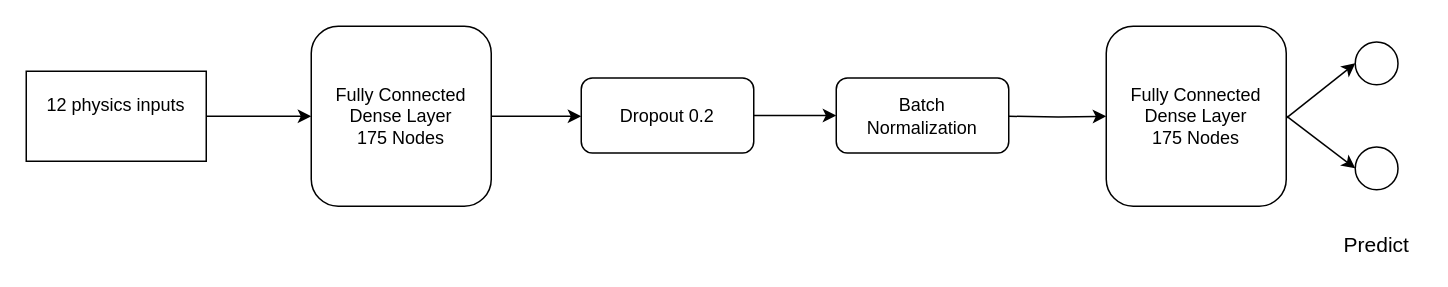
Above: paper/arxiv/ffNN/figures/flowchart_ffNN.drawio in neu-physics/dihiggsMLProject (draw.io), before the change. Source tidied: cells renumbered, new cells numbered last; positions are measured from the earlier drawing's top-left corner, leaving out a move shared by most shapes. Both pictures are drawn from the tidied source at 150%, with x=0, y=0 at pixel (26, 26).
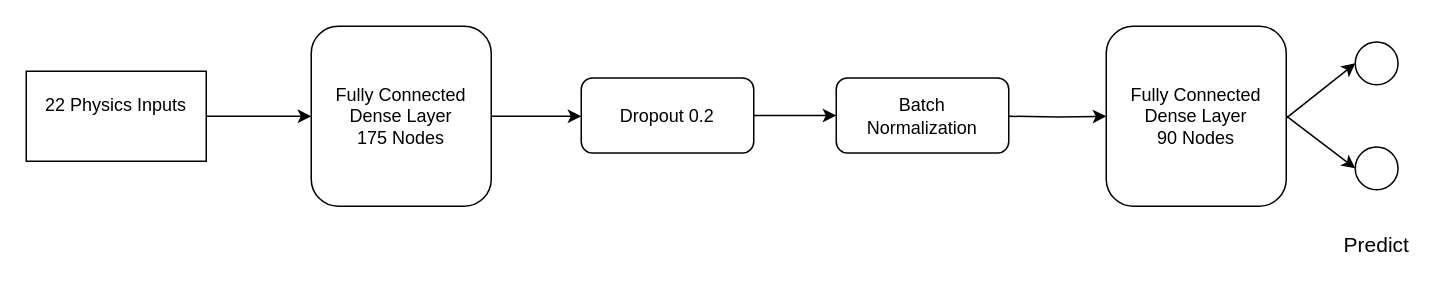
The same page after the edit.

The edit, as a diff of the source:
```diff
@@
 <mxGraphModel>
   <root>
     <mxCell id="0" />
     <mxCell id="1" parent="0" />
     <mxCell id="2" style="edgeStyle=orthogonalEdgeStyle;rounded=0;jettySize=auto;html=1;entryX=0;entryY=0.5;entryDx=0;entryDy=0;" parent="1" edge="1" source="3" target="5">
       <mxGeometry relative="1" as="geometry" />
     </mxCell>
-    <mxCell id="3" value="&lt;div&gt;12 physics inputs&lt;br&gt;&lt;/div&gt;&lt;div&gt;&lt;br&gt;&lt;/div&gt;" style="rounded=0;whiteSpace=wrap;html=1;" parent="1" vertex="1">
+    <mxCell id="3" value="&lt;div&gt;22 Physics Inputs&lt;br&gt;&lt;/div&gt;&lt;div&gt;&lt;br&gt;&lt;/div&gt;" style="rounded=0;whiteSpace=wrap;html=1;" parent="1" vertex="1">
       <mxGeometry y="30" width="120" height="60" as="geometry" />
     </mxCell>
     <mxCell id="4" style="edgeStyle=orthogonalEdgeStyle;rounded=0;jettySize=auto;html=1;fontSize=13;labelBackgroundColor=none;" parent="1" edge="1" source="5" target="7">
       <mxGeometry x="1" y="-120" relative="1" as="geometry">
         <Array as="points">
           <mxPoint x="355" y="60" />
           <mxPoint x="355" y="60" />
         </Array>
       </mxGeometry>
     </mxCell>
     <mxCell id="5" value="&lt;div&gt;Fully Connected &lt;br&gt;&lt;/div&gt;&lt;div&gt;Dense Layer&lt;br&gt;&lt;/div&gt;&lt;div&gt;175 Nodes&lt;br&gt;&lt;/div&gt;" style="rounded=1;whiteSpace=wrap;html=1;" parent="1" vertex="1">
       <mxGeometry x="190" width="120" height="120" as="geometry" />
     </mxCell>
     <mxCell id="6" style="edgeStyle=orthogonalEdgeStyle;rounded=0;jettySize=auto;html=1;labelBackgroundColor=none;fontSize=13;entryX=0;entryY=0.5;entryDx=0;entryDy=0;" parent="1" edge="1" source="7" target="14">
       <mxGeometry relative="1" as="geometry" />
     </mxCell>
     <mxCell id="7" value="Dropout 0.2" style="rounded=1;whiteSpace=wrap;html=1;" parent="1" vertex="1">
       <mxGeometry x="370" y="34.5" width="115" height="50" as="geometry" />
     </mxCell>
     <mxCell id="8" style="ellipse;whiteSpace=wrap;html=1;fontSize=13;" parent="1" vertex="1">
       <mxGeometry x="886" y="10.5" width="28.5" height="28.5" as="geometry" />
     </mxCell>
     <mxCell id="9" style="ellipse;whiteSpace=wrap;html=1;fontSize=13;" parent="1" vertex="1">
       <mxGeometry x="886" y="80.5" width="28.5" height="28.5" as="geometry" />
     </mxCell>
     <mxCell id="10" style="endArrow=classic;html=1;labelBackgroundColor=none;fontSize=13;entryX=0;entryY=0.5;entryDx=0;entryDy=0;" parent="1" edge="1" target="8">
       <mxGeometry relative="1" as="geometry">
         <mxPoint x="840" y="61.2" as="sourcePoint" />
       </mxGeometry>
     </mxCell>
     <mxCell id="11" value="Predict" style="text;html=1;align=center;verticalAlign=middle;fillColor=none;strokeColor=none;rounded=0;fontSize=14;" parent="1" vertex="1">
       <mxGeometry x="870.2" y="136.2" width="60" height="20" as="geometry" />
     </mxCell>
     <mxCell id="12" style="endArrow=classic;html=1;labelBackgroundColor=none;fontSize=13;entryX=0;entryY=0.5;entryDx=0;entryDy=0;exitX=1;exitY=0.5;exitDx=0;exitDy=0;" parent="1" edge="1" target="9">
       <mxGeometry relative="1" as="geometry">
         <mxPoint x="840" y="59.8" as="sourcePoint" />
       </mxGeometry>
     </mxCell>
-    <mxCell id="13" value="&lt;div&gt;Fully Connected &lt;br&gt;&lt;/div&gt;&lt;div&gt;Dense Layer&lt;br&gt;&lt;/div&gt;&lt;div&gt;175 Nodes&lt;br&gt;&lt;/div&gt;" style="rounded=1;whiteSpace=wrap;html=1;" parent="1" vertex="1">
+    <mxCell id="13" value="&lt;div&gt;Fully Connected &lt;br&gt;&lt;/div&gt;&lt;div&gt;Dense Layer&lt;br&gt;&lt;/div&gt;&lt;div&gt;90 Nodes&lt;br&gt;&lt;/div&gt;" style="rounded=1;whiteSpace=wrap;html=1;" parent="1" vertex="1">
       <mxGeometry x="720" width="120" height="120" as="geometry" />
     </mxCell>
     <mxCell id="14" value="&lt;div&gt;Batch &lt;br&gt;&lt;/div&gt;&lt;div&gt;Normalization&lt;/div&gt;" style="rounded=1;whiteSpace=wrap;html=1;" parent="1" vertex="1">
       <mxGeometry x="540" y="34.5" width="115" height="50" as="geometry" />
     </mxCell>
     <mxCell id="15" style="edgeStyle=orthogonalEdgeStyle;rounded=0;jettySize=auto;html=1;labelBackgroundColor=none;fontSize=13;entryX=0;entryY=0.5;entryDx=0;entryDy=0;" parent="1" edge="1" target="13">
       <mxGeometry relative="1" as="geometry">
         <mxPoint x="655" y="60" as="sourcePoint" />
       </mxGeometry>
     </mxCell>
   </root>
 </mxGraphModel>
```
